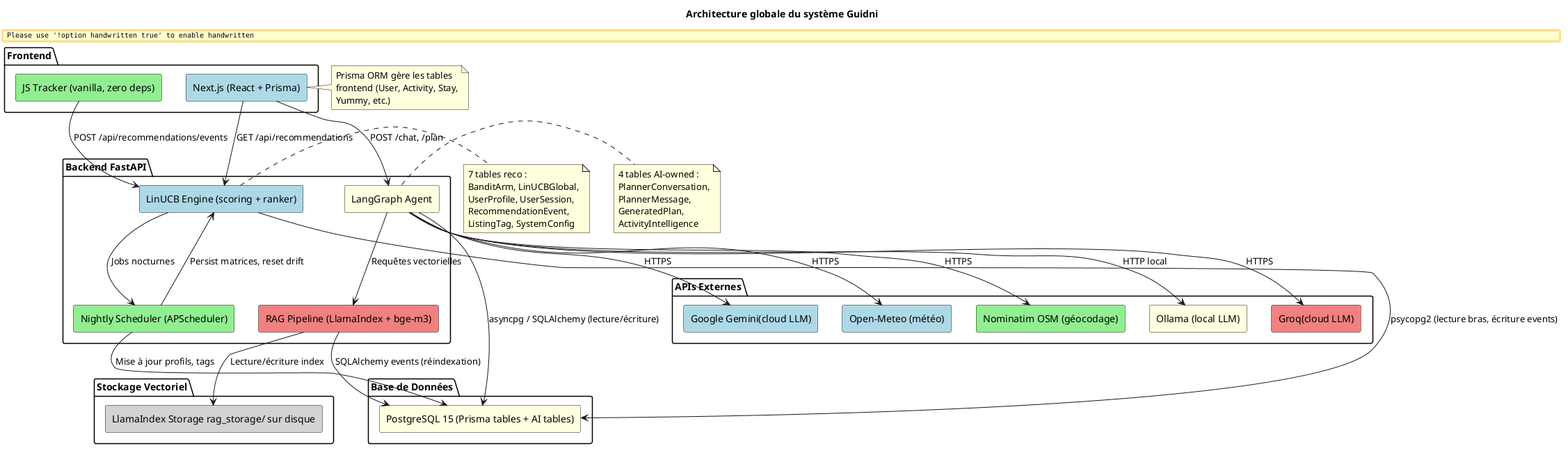
Earlier version of the PlantUML export diagrams/fig_03_global_architecture.png (ahmed-addali/rapport). The source it was exported from:
```plantuml
@startuml
skinparam backgroundColor #FEFEFE
skinparam handwritten false
skinparam defaultFontName "Arial"

title Architecture globale du système Guidni

!define RECTANGLE class

package "Frontend" {
  rectangle "Next.js (React + Prisma)" as NextJS #LightBlue
  rectangle "JS Tracker (vanilla, zero deps)" as Tracker #LightGreen
}

package "Backend FastAPI" {
  rectangle "LangGraph Agent" as Agent #LightYellow
  rectangle "RAG Pipeline (LlamaIndex + bge-m3)" as RAG #LightCoral
  rectangle "LinUCB Engine (scoring + ranker)" as LinUCB #LightBlue
  rectangle "Nightly Scheduler (APScheduler)" as Scheduler #LightGreen
}

package "Base de Données" {
  rectangle "PostgreSQL 15 (Prisma tables + AI tables)" as PG #LightYellow
}

package "Stockage Vectoriel" {
  rectangle "LlamaIndex Storage rag_storage/ sur disque" as VecStorage #LightGray
}

package "APIs Externes" {
  rectangle "Open-Meteo (météo)" as Weather #LightBlue
  rectangle "Nominatim OSM (géocodage)" as Geo #LightGreen
  rectangle "Ollama (local LLM)" as Ollama #LightYellow
  rectangle "Groq(cloud LLM)" as Groq #LightCoral
  rectangle "Google Gemini(cloud LLM)" as Gemini #LightBlue
}

NextJS --> Agent : POST /chat, /plan
NextJS --> LinUCB : GET /api/recommendations
Tracker --> LinUCB : POST /api/recommendations/events

Agent --> PG : asyncpg / SQLAlchemy (lecture/écriture)
Agent --> RAG : Requêtes vectorielles
Agent --> Weather : HTTPS
Agent --> Geo : HTTPS
Agent --> Ollama : HTTP local
Agent --> Groq : HTTPS
Agent --> Gemini : HTTPS

RAG --> VecStorage : Lecture/écriture index
RAG --> PG : SQLAlchemy events (réindexation)

LinUCB --> PG : psycopg2 (lecture bras, écriture events)
LinUCB --> Scheduler : Jobs nocturnes

Scheduler --> PG : Mise à jour profils, tags
Scheduler --> LinUCB : Persist matrices, reset drift

note right of NextJS
  Prisma ORM gère les tables
  frontend (User, Activity, Stay,
  Yummy, etc.)
end note

note right of Agent
  4 tables AI-owned :
  PlannerConversation,
  PlannerMessage,
  GeneratedPlan,
  ActivityIntelligence
end note

note right of LinUCB
  7 tables reco :
  BanditArm, LinUCBGlobal,
  UserProfile, UserSession,
  RecommendationEvent,
  ListingTag, SystemConfig
end note

@enduml
```
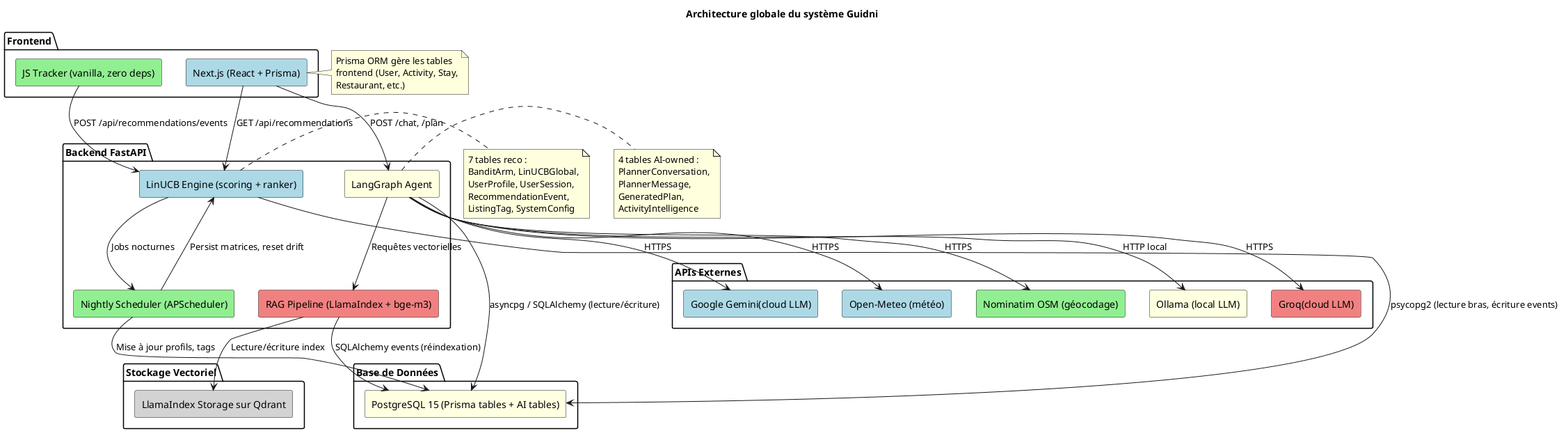
After the commit.

Diff of the diagram source:
```diff
@@ -1,6 +1,6 @@
 @startuml
 skinparam backgroundColor #FEFEFE
-skinparam handwritten false
+
 skinparam defaultFontName "Arial"
 
 title Architecture globale du système Guidni
@@ -24,7 +24,7 @@
 }
 
 package "Stockage Vectoriel" {
-  rectangle "LlamaIndex Storage rag_storage/ sur disque" as VecStorage #LightGray
+  rectangle "LlamaIndex Storage sur Qdrant" as VecStorage #LightGray
 }
 
 package "APIs Externes" {
@@ -59,7 +59,7 @@
 note right of NextJS
   Prisma ORM gère les tables
   frontend (User, Activity, Stay,
-  Yummy, etc.)
+  Restaurant, etc.)
 end note
 
 note right of Agent
```
